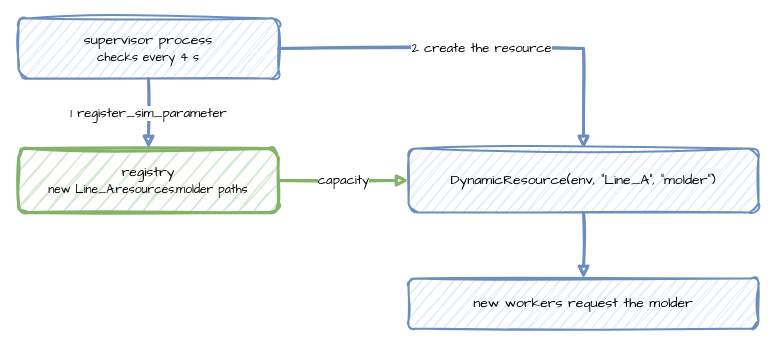
This is docs/assets/diagrams/topology-change.drawio from jaehyeon-kim/desflow, a draw.io file, before an edit. Source tidied: cells renumbered, new cells numbered last; positions are measured from the earlier drawing's top-left corner, leaving out a move shared by most shapes. Both pictures are drawn from the tidied source at 100%, with x=0, y=0 at pixel (18, 18).
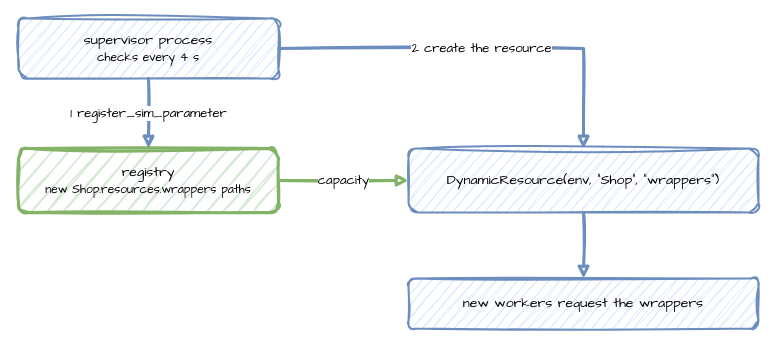
Above is the later version.

Change to the diagram source:
```diff
@@
 <mxGraphModel>
   <root>
     <mxCell id="0" />
     <mxCell id="1" parent="0" />
     <mxCell id="2" value="supervisor process&lt;br&gt;&lt;font style='font-size:12px'&gt;checks every 4 s&lt;/font&gt;" style="rounded=1;whiteSpace=wrap;html=1;sketch=1;curveFitting=1;jiggle=2;fontFamily=Comic Sans MS;fontSize=14;fillColor=#dae8fc;strokeColor=#6c8ebf;strokeWidth=2;" parent="1" vertex="1">
       <mxGeometry width="260" height="60" as="geometry" />
     </mxCell>
-    <mxCell id="3" value="registry&lt;br&gt;&lt;font style='font-size:12px'&gt;new Line_A.resources.molder paths&lt;/font&gt;" style="rounded=1;whiteSpace=wrap;html=1;sketch=1;curveFitting=1;jiggle=2;fontFamily=Comic Sans MS;fontSize=14;fillColor=#d5e8d4;strokeColor=#82b366;strokeWidth=3;" parent="1" vertex="1">
+    <mxCell id="3" value="registry&lt;br&gt;&lt;font style='font-size:12px'&gt;new Shop.resources.wrappers paths&lt;/font&gt;" style="rounded=1;whiteSpace=wrap;html=1;sketch=1;curveFitting=1;jiggle=2;fontFamily=Comic Sans MS;fontSize=14;fillColor=#d5e8d4;strokeColor=#82b366;strokeWidth=3;" parent="1" vertex="1">
       <mxGeometry y="130" width="260" height="64" as="geometry" />
     </mxCell>
-    <mxCell id="4" value="DynamicResource(env, &amp;quot;Line_A&amp;quot;, &amp;quot;molder&amp;quot;)" style="rounded=1;whiteSpace=wrap;html=1;sketch=1;curveFitting=1;jiggle=2;fontFamily=Comic Sans MS;fontSize=14;fillColor=#dae8fc;strokeColor=#6c8ebf;strokeWidth=2;" parent="1" vertex="1">
+    <mxCell id="4" value="DynamicResource(env, &amp;quot;Shop&amp;quot;, &amp;quot;wrappers&amp;quot;)" style="rounded=1;whiteSpace=wrap;html=1;sketch=1;curveFitting=1;jiggle=2;fontFamily=Comic Sans MS;fontSize=14;fillColor=#dae8fc;strokeColor=#6c8ebf;strokeWidth=2;" parent="1" vertex="1">
       <mxGeometry x="390" y="130" width="350" height="64" as="geometry" />
     </mxCell>
-    <mxCell id="5" value="new workers request the molder" style="rounded=1;whiteSpace=wrap;html=1;sketch=1;curveFitting=1;jiggle=2;fontFamily=Comic Sans MS;fontSize=14;fillColor=#dae8fc;strokeColor=#6c8ebf;strokeWidth=2;" parent="1" vertex="1">
+    <mxCell id="5" value="new workers request the wrappers" style="rounded=1;whiteSpace=wrap;html=1;sketch=1;curveFitting=1;jiggle=2;fontFamily=Comic Sans MS;fontSize=14;fillColor=#dae8fc;strokeColor=#6c8ebf;strokeWidth=2;" parent="1" vertex="1">
       <mxGeometry x="390" y="260" width="350" height="50" as="geometry" />
     </mxCell>
     <mxCell id="6" value="1 register_sim_parameter" style="edgeStyle=orthogonalEdgeStyle;rounded=0;sketch=1;html=1;strokeWidth=3;endArrow=block;strokeColor=#6c8ebf;fontFamily=Comic Sans MS;fontSize=13;labelBackgroundColor=#ffffff;exitX=0.5;exitY=1;exitDx=0;exitDy=0;entryX=0.5;entryY=0;entryDx=0;entryDy=0;" parent="1" edge="1" source="2" target="3">
       <mxGeometry relative="1" as="geometry" />
     </mxCell>
     <mxCell id="7" value="2 create the resource" style="edgeStyle=orthogonalEdgeStyle;rounded=0;sketch=1;html=1;strokeWidth=3;endArrow=block;strokeColor=#6c8ebf;fontFamily=Comic Sans MS;fontSize=13;labelBackgroundColor=#ffffff;exitX=1;exitY=0.5;exitDx=0;exitDy=0;entryX=0.5;entryY=0;entryDx=0;entryDy=0;" parent="1" edge="1" source="2" target="4">
       <mxGeometry relative="1" as="geometry" />
     </mxCell>
     <mxCell id="8" value="capacity" style="edgeStyle=orthogonalEdgeStyle;rounded=0;sketch=1;html=1;strokeWidth=3;endArrow=block;strokeColor=#82b366;fontFamily=Comic Sans MS;fontSize=13;labelBackgroundColor=#ffffff;exitX=1;exitY=0.5;exitDx=0;exitDy=0;entryX=0;entryY=0.5;entryDx=0;entryDy=0;" parent="1" edge="1" source="3" target="4">
       <mxGeometry relative="1" as="geometry" />
     </mxCell>
     <mxCell id="9" style="edgeStyle=orthogonalEdgeStyle;rounded=0;sketch=1;html=1;strokeWidth=3;endArrow=block;strokeColor=#6c8ebf;fontFamily=Comic Sans MS;fontSize=13;labelBackgroundColor=#ffffff;exitX=0.5;exitY=1;exitDx=0;exitDy=0;entryX=0.5;entryY=0;entryDx=0;entryDy=0;" parent="1" edge="1" source="4" target="5">
       <mxGeometry relative="1" as="geometry" />
     </mxCell>
   </root>
 </mxGraphModel>
```
